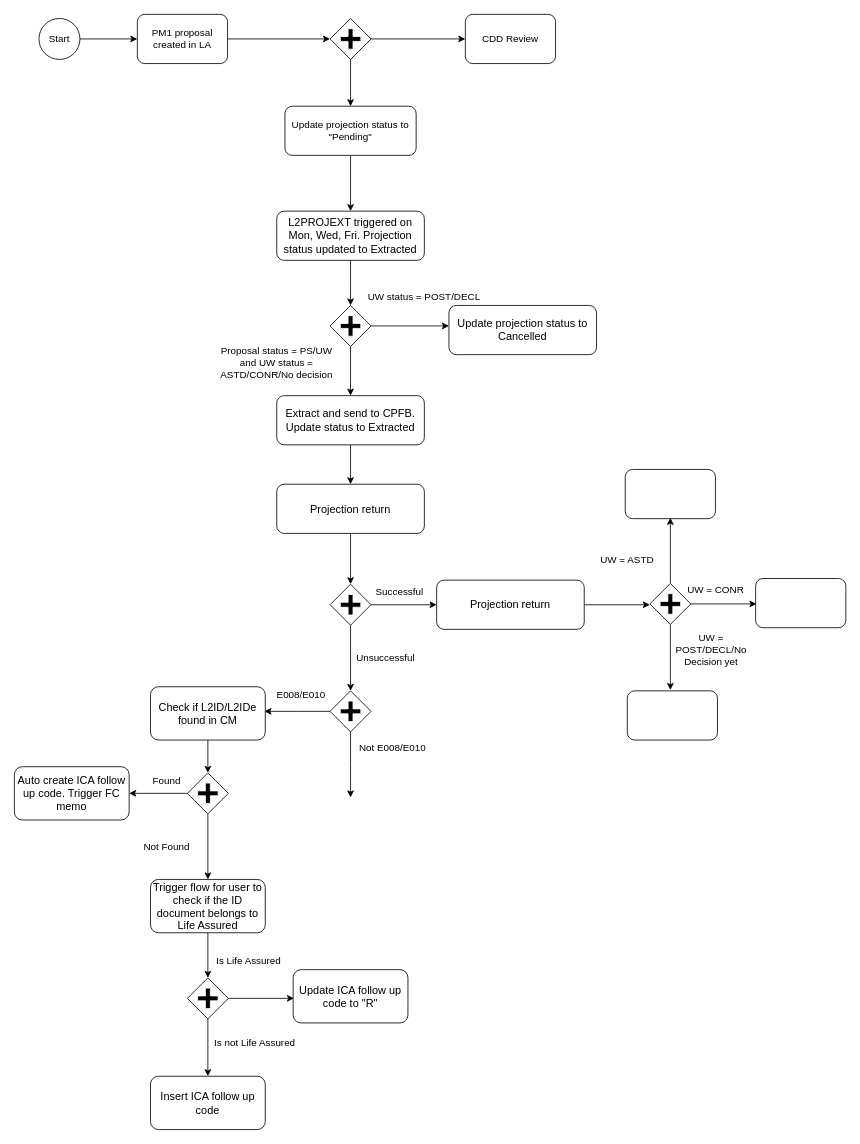
Before: page "PruShield Projection" (10 of 11) of HS.drawio in Jefferzonlee/WorkFlow-BPR, a draw.io diagram. Source tidied: cells renumbered, new cells numbered last; positions are measured from the earlier drawing's top-left corner, leaving out a move shared by most shapes. Both pictures are drawn from the tidied source at 82%, with x=0, y=0 at pixel (14, 14).
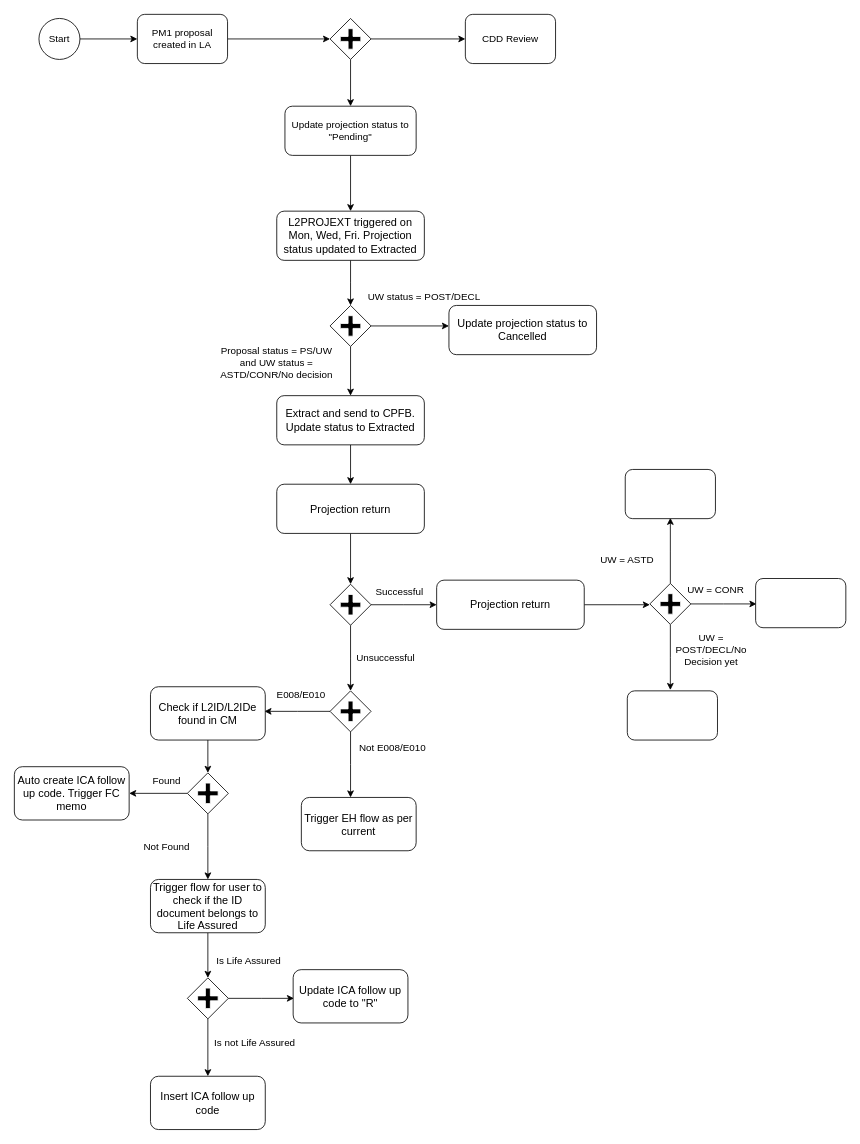
The same diagram, later.

The edit, as a diff of the source:
```diff
@@
+    <mxCell id="63" value="&lt;span lang=&quot;EN-AU&quot; style=&quot;font-size: 10.0pt ; font-family: &amp;#34;arial&amp;#34; , sans-serif&quot;&gt;Trigger EH flow as per current&lt;/span&gt;" style="rounded=1;whiteSpace=wrap;html=1;" parent="1" vertex="1">
+      <mxGeometry x="350" y="955" width="140" height="65" as="geometry" />
+    </mxCell>
```
